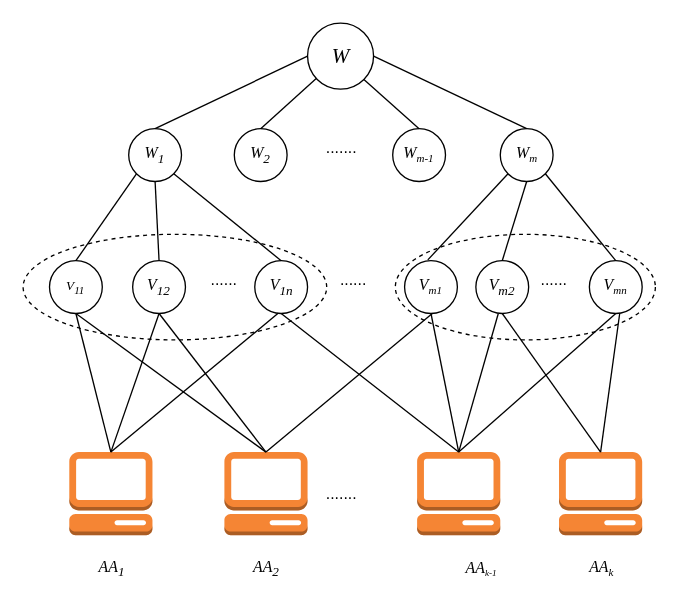
The draw.io diagram 未命名绘图.drawio in Mr-doublehappines/httpServer, before the edit. Source tidied: cells renumbered, new cells numbered last; positions are measured from the earlier drawing's top-left corner, leaving out a move shared by most shapes. Both pictures are drawn from the tidied source at 132%, with x=0, y=0 at pixel (22, 22).
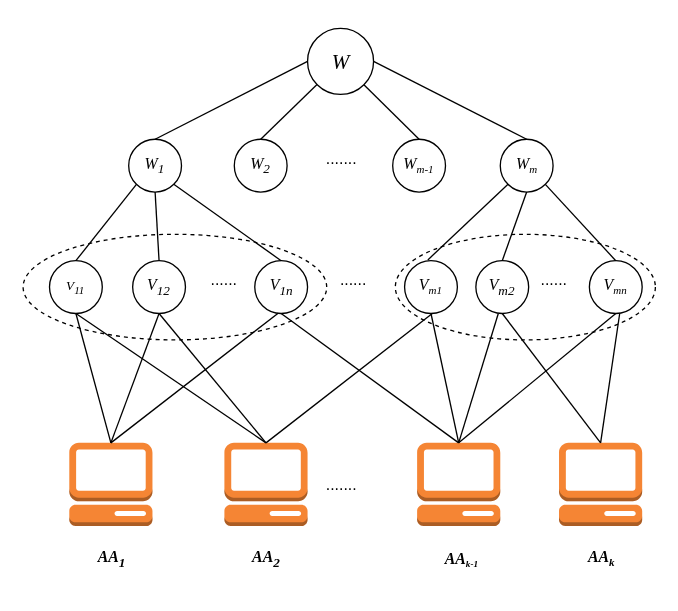
The same diagram, later.

Change to the diagram source:
```diff
@@
     <mxCell id="4" style="outlineConnect=0;dashed=0;verticalLabelPosition=bottom;verticalAlign=top;align=center;html=1;shape=mxgraph.aws3.management_console;fillColor=#F58534;gradientColor=none;spacing=2;" parent="1" vertex="1">
-      <mxGeometry x="35" y="325" width="63" height="63" as="geometry" />
+      <mxGeometry x="35" y="318" width="63" height="63" as="geometry" />
     </mxCell>
     <mxCell id="5" style="outlineConnect=0;dashed=0;verticalLabelPosition=bottom;verticalAlign=top;align=center;html=1;shape=mxgraph.aws3.management_console;fillColor=#F58534;gradientColor=none;spacing=2;" parent="1" vertex="1">
-      <mxGeometry x="152.5" y="325" width="63" height="63" as="geometry" />
+      <mxGeometry x="152.5" y="318" width="63" height="63" as="geometry" />
     </mxCell>
     <mxCell id="6" style="outlineConnect=0;dashed=0;verticalLabelPosition=bottom;verticalAlign=top;align=center;html=1;shape=mxgraph.aws3.management_console;fillColor=#F58534;gradientColor=none;spacing=2;" parent="1" vertex="1">
-      <mxGeometry x="406" y="325" width="63" height="63" as="geometry" />
+      <mxGeometry x="406" y="318" width="63" height="63" as="geometry" />
     </mxCell>
     <mxCell id="7" value="......." style="text;html=1;align=center;verticalAlign=middle;strokeColor=none;fillColor=none;" parent="1" vertex="1">
-      <mxGeometry x="215.5" y="341.5" width="50" height="30" as="geometry" />
+      <mxGeometry x="215.5" y="334.5" width="50" height="30" as="geometry" />
     </mxCell>
     <mxCell id="8" style="outlineConnect=0;dashed=0;verticalLabelPosition=bottom;verticalAlign=top;align=center;html=1;shape=mxgraph.aws3.management_console;fillColor=#F58534;gradientColor=none;spacing=2;" parent="1" vertex="1">
-      <mxGeometry x="298.5" y="325" width="63" height="63" as="geometry" />
+      <mxGeometry x="298.5" y="318" width="63" height="63" as="geometry" />
     </mxCell>
     <mxCell id="9" value="&lt;i&gt;&lt;font face=&quot;Times New Roman&quot;&gt;W&lt;sub&gt;1&lt;/sub&gt;&lt;/font&gt;&lt;/i&gt;" style="ellipse;whiteSpace=wrap;html=1;" parent="1" vertex="1">
-      <mxGeometry x="80" y="80" width="40" height="40" as="geometry" />
+      <mxGeometry x="80" y="88" width="40" height="40" as="geometry" />
     </mxCell>
@@
     <mxCell id="16" value="&lt;font size=&quot;1&quot; face=&quot;Times New Roman&quot;&gt;&lt;i style=&quot;font-size: 16px;&quot;&gt;W&lt;/i&gt;&lt;/font&gt;" style="ellipse;whiteSpace=wrap;html=1;" parent="1" vertex="1">
-      <mxGeometry x="215.5" width="50" height="50" as="geometry" />
+      <mxGeometry x="215.5" y="4" width="50" height="50" as="geometry" />
     </mxCell>
@@
     <mxCell id="18" value="&lt;i&gt;&lt;font face=&quot;Times New Roman&quot;&gt;W&lt;sub&gt;2&lt;/sub&gt;&lt;/font&gt;&lt;/i&gt;" style="ellipse;whiteSpace=wrap;html=1;" parent="1" vertex="1">
-      <mxGeometry x="160" y="80" width="40" height="40" as="geometry" />
+      <mxGeometry x="160" y="88" width="40" height="40" as="geometry" />
     </mxCell>
     <mxCell id="19" value="&lt;i&gt;&lt;font face=&quot;Times New Roman&quot;&gt;W&lt;span style=&quot;font-size: 10px;&quot;&gt;&lt;sub&gt;m-1&lt;/sub&gt;&lt;/span&gt;&lt;/font&gt;&lt;/i&gt;" style="ellipse;whiteSpace=wrap;html=1;" parent="1" vertex="1">
-      <mxGeometry x="280" y="80" width="40" height="40" as="geometry" />
+      <mxGeometry x="280" y="88" width="40" height="40" as="geometry" />
     </mxCell>
     <mxCell id="20" value="&lt;i&gt;&lt;font face=&quot;Times New Roman&quot;&gt;W&lt;span style=&quot;font-size: 10px;&quot;&gt;&lt;sub&gt;m&lt;/sub&gt;&lt;/span&gt;&lt;/font&gt;&lt;/i&gt;" style="ellipse;whiteSpace=wrap;html=1;" parent="1" vertex="1">
-      <mxGeometry x="361.5" y="80" width="40" height="40" as="geometry" />
+      <mxGeometry x="361.5" y="88" width="40" height="40" as="geometry" />
     </mxCell>
     <mxCell id="21" value="......." style="text;html=1;align=center;verticalAlign=middle;strokeColor=none;fillColor=none;" parent="1" vertex="1">
-      <mxGeometry x="215.5" y="80" width="50" height="30" as="geometry" />
+      <mxGeometry x="215.5" y="88" width="50" height="30" as="geometry" />
     </mxCell>
@@
-    <mxCell id="34" value="&lt;font&gt;&lt;span&gt;AA&lt;sub&gt;1&lt;/sub&gt;&lt;/span&gt;&lt;/font&gt;" style="text;html=1;align=center;verticalAlign=middle;strokeColor=none;fillColor=none;fontFamily=Times New Roman;fontStyle=2;" parent="1" vertex="1">
-      <mxGeometry x="46.5" y="398" width="40" height="30" as="geometry" />
+    <mxCell id="34" value="&lt;font&gt;&lt;span&gt;AA&lt;sub&gt;1&lt;/sub&gt;&lt;/span&gt;&lt;/font&gt;" style="text;html=1;align=center;verticalAlign=middle;strokeColor=none;fillColor=none;fontFamily=Times New Roman;fontStyle=3;" parent="1" vertex="1">
+      <mxGeometry x="41.5" y="391" width="50" height="30" as="geometry" />
     </mxCell>
-    <mxCell id="35" value="AA&lt;sub&gt;2&lt;/sub&gt;" style="text;html=1;align=center;verticalAlign=middle;strokeColor=none;fillColor=none;fontFamily=Times New Roman;fontStyle=2;" parent="1" vertex="1">
-      <mxGeometry x="164" y="398" width="40" height="30" as="geometry" />
+    <mxCell id="35" value="AA&lt;sub&gt;2&lt;/sub&gt;" style="text;html=1;align=center;verticalAlign=middle;strokeColor=none;fillColor=none;fontFamily=Times New Roman;fontStyle=3;" parent="1" vertex="1">
+      <mxGeometry x="159" y="391" width="50" height="30" as="geometry" />
     </mxCell>
-    <mxCell id="36" value="AA&lt;span style=&quot;font-size: 10px;&quot;&gt;&lt;sub&gt;k&lt;/sub&gt;&lt;/span&gt;" style="text;html=1;align=center;verticalAlign=middle;strokeColor=none;fillColor=none;fontFamily=Times New Roman;fontStyle=2;" parent="1" vertex="1">
-      <mxGeometry x="417.5" y="398" width="40" height="30" as="geometry" />
+    <mxCell id="36" value="AA&lt;span style=&quot;font-size: 10px;&quot;&gt;&lt;sub&gt;k&lt;/sub&gt;&lt;/span&gt;" style="text;html=1;align=center;verticalAlign=middle;strokeColor=none;fillColor=none;fontFamily=Times New Roman;fontStyle=3;" parent="1" vertex="1">
+      <mxGeometry x="412.5" y="391" width="50" height="30" as="geometry" />
     </mxCell>
-    <mxCell id="37" value="AA&lt;span style=&quot;font-size: 8.33333px;&quot;&gt;&lt;sub&gt;k-1&lt;/sub&gt;&lt;/span&gt;" style="text;html=1;align=center;verticalAlign=middle;strokeColor=none;fillColor=none;fontFamily=Times New Roman;fontStyle=2;" parent="1" vertex="1">
-      <mxGeometry x="321.5" y="398" width="50" height="30" as="geometry" />
+    <mxCell id="37" value="AA&lt;span style=&quot;font-size: 8.33333px;&quot;&gt;&lt;sub&gt;k-1&lt;/sub&gt;&lt;/span&gt;" style="text;html=1;align=center;verticalAlign=middle;strokeColor=none;fillColor=none;fontFamily=Times New Roman;fontStyle=3;" parent="1" vertex="1">
+      <mxGeometry x="301.5" y="391" width="60" height="30" as="geometry" />
     </mxCell>
```
